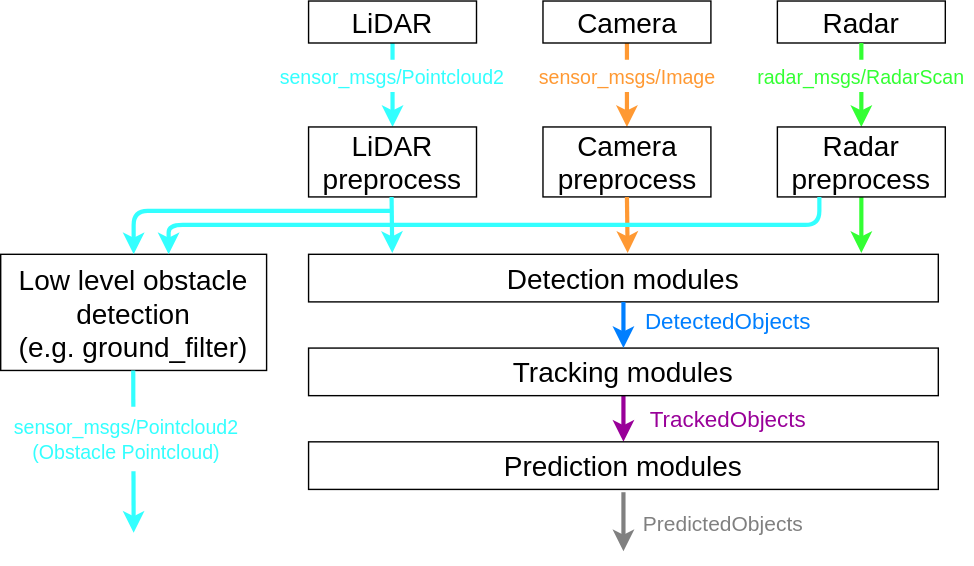
Above: sensing/figure/sensing_pipeline.drawio.svg in scepter914/autoware-architecture-proposal (draw.io), before the change. Source tidied: cells renumbered, new cells last; positions are measured from the earlier drawing's top-left corner, leaving out a move shared by most shapes.
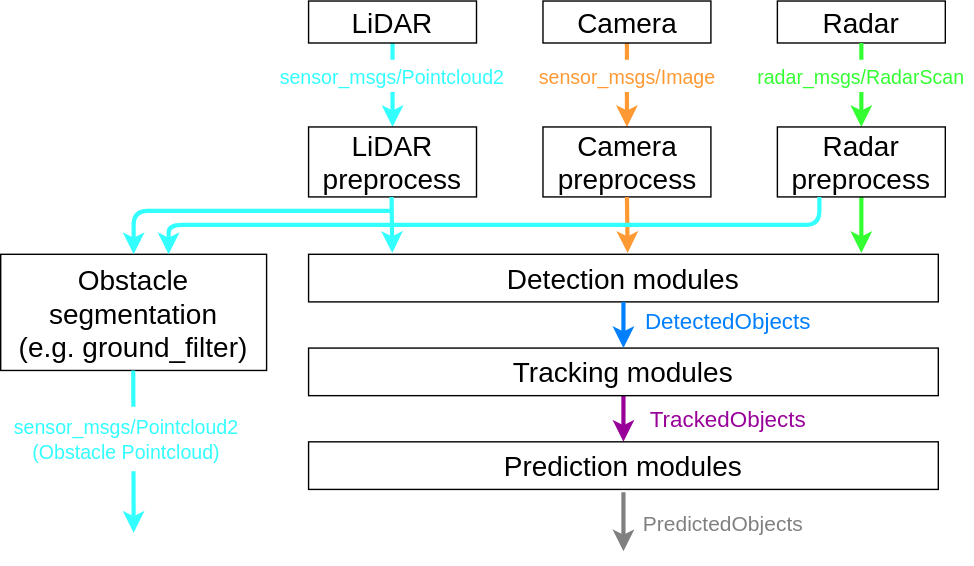
The same diagram one commit later.

Diff of the diagram source:
```diff
@@ -74,7 +74,7 @@
         <mxPoint x="279.8" y="180" as="targetPoint" />
       </mxGeometry>
     </mxCell>
-    <mxCell id="23" value="&lt;font style=&quot;font-size: 20px&quot;&gt;Low level obstacle detection&lt;br&gt;(e.g. ground_filter)&lt;br&gt;&lt;/font&gt;" style="rounded=0;whiteSpace=wrap;html=1;" parent="1" vertex="1">
+    <mxCell id="23" value="&lt;font style=&quot;font-size: 20px&quot;&gt;Obstacle segmentation&lt;br&gt;(e.g. ground_filter)&lt;br&gt;&lt;/font&gt;" style="rounded=0;whiteSpace=wrap;html=1;" parent="1" vertex="1">
       <mxGeometry y="181" width="190" height="83" as="geometry" />
     </mxCell>
     <mxCell id="24" style="endArrow=classic;html=1;strokeWidth=3;fillColor=#60a917;strokeColor=#33FFFF;entryX=0.5;entryY=0;entryDx=0;entryDy=0;" parent="1" edge="1" target="23">
```
